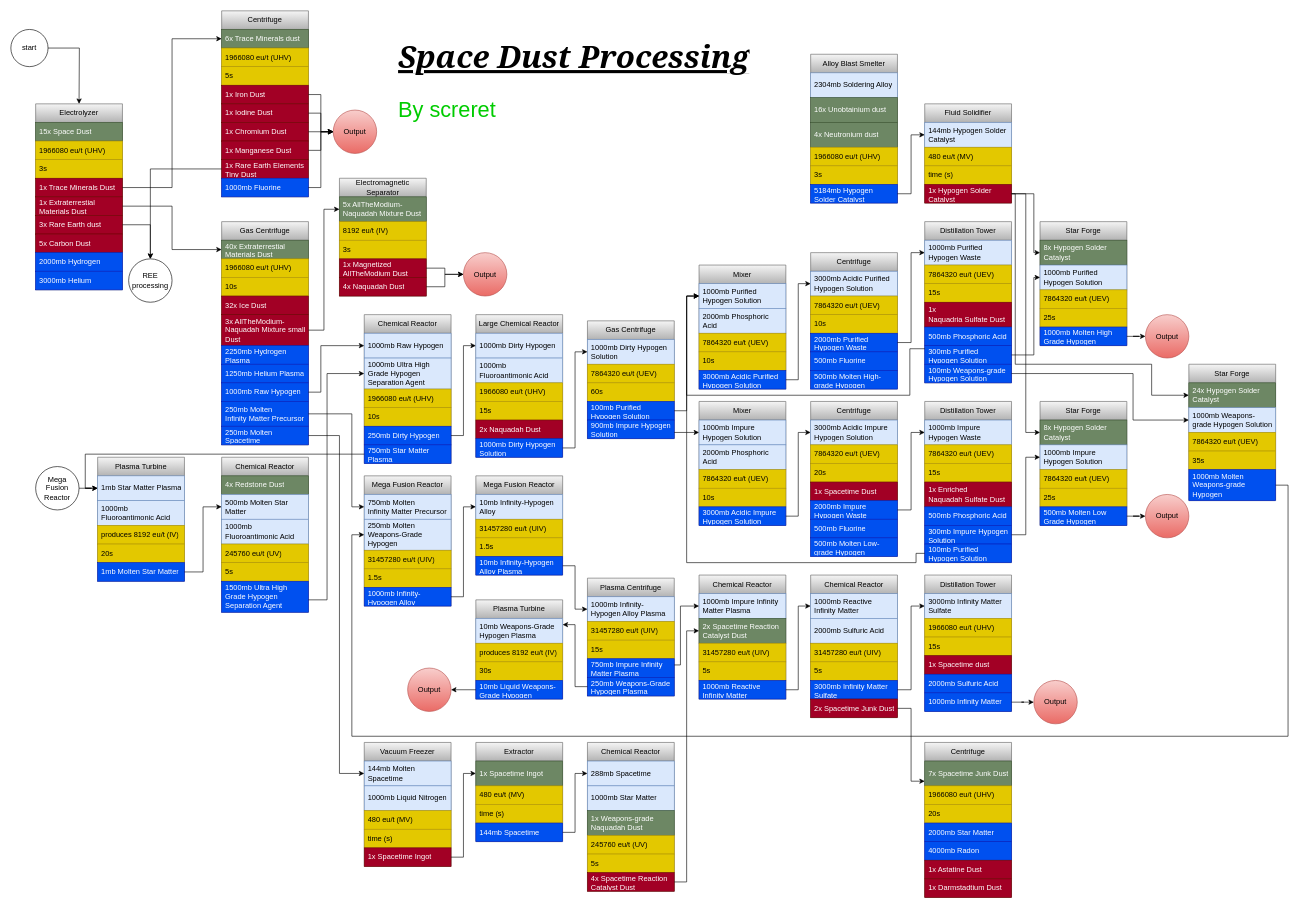
Earlier version of the draw.io diagram space_dust.drawio (AllTheMods/Gravitas2). Source tidied: cells renumbered, new cells numbered last; positions are measured from the earlier drawing's top-left corner, leaving out a move shared by most shapes. Both pictures are drawn from the tidied source at 62%, with x=0, y=0 at pixel (11, 11).
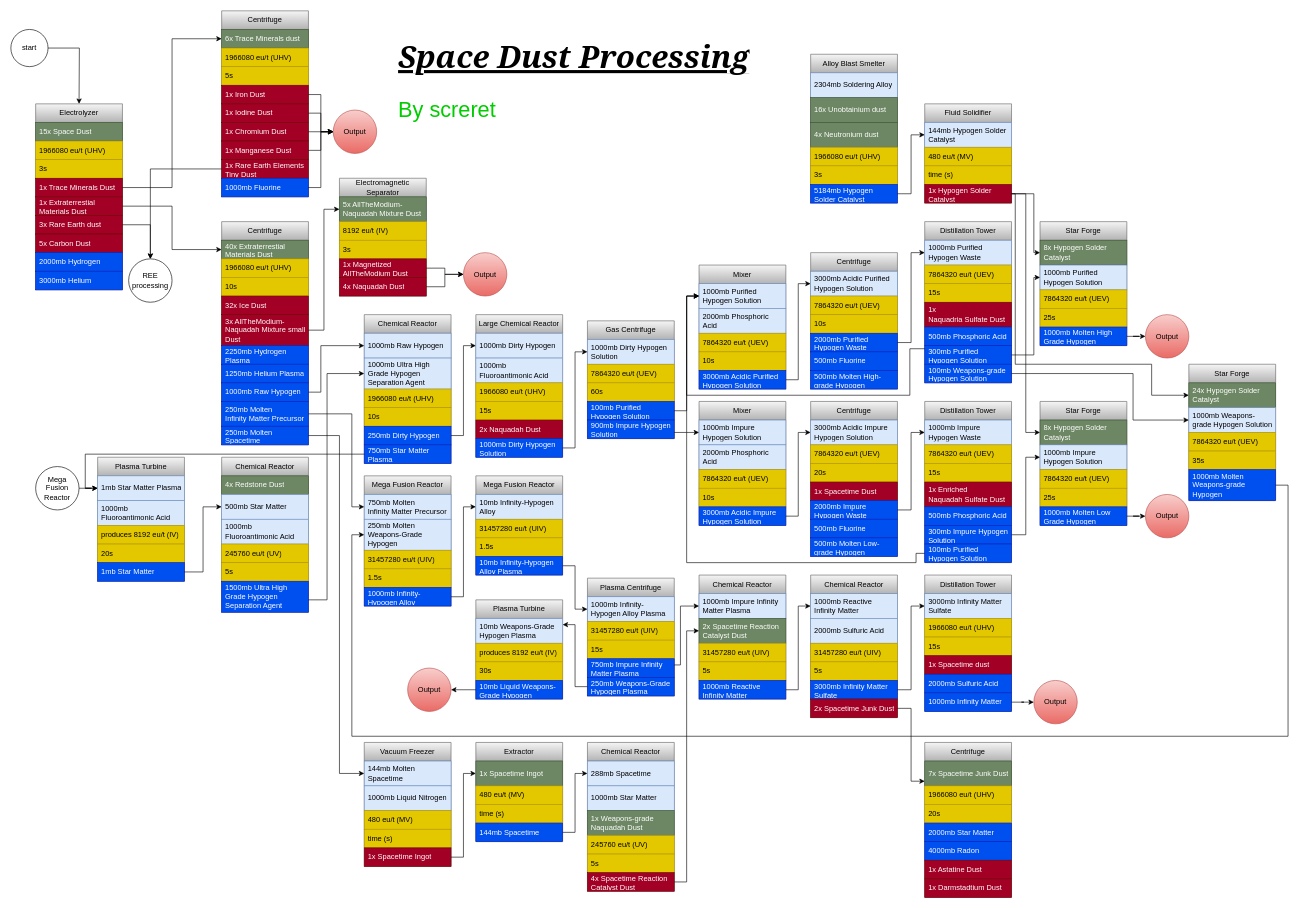
After the change.

Commit message:
wrong centrifuge.

The change refers to these unchanged cells:
```xml
<mxCell id="100" value="Chemical Reactor" style="swimlane;fontStyle=0;horizontal=1;startSize=30;whiteSpace=wrap;html=1;fillColor=#f5f5f5;gradientColor=#b3b3b3;strokeColor=#666666;" parent="1" vertex="1">
  <mxGeometry x="340" y="720" width="140" height="250" as="geometry" />
</mxCell>
<mxCell id="130" value="Plasma Turbine" style="swimlane;fontStyle=0;horizontal=1;startSize=30;whiteSpace=wrap;html=1;fillColor=#f5f5f5;gradientColor=#b3b3b3;strokeColor=#666666;" parent="1" vertex="1">
  <mxGeometry x="140" y="720" width="140" height="200" as="geometry" />
</mxCell>
<mxCell id="144" value="Star Forge" style="swimlane;fontStyle=0;horizontal=1;startSize=30;whiteSpace=wrap;html=1;fillColor=#f5f5f5;gradientColor=#b3b3b3;strokeColor=#666666;" parent="1" vertex="1">
  <mxGeometry x="1660" y="630" width="140" height="200" as="geometry" />
</mxCell>
```

The edit, as a diff of the source:
```diff
@@
-    <mxCell id="27" value="Gas Centrifuge" style="swimlane;fontStyle=0;horizontal=1;startSize=30;whiteSpace=wrap;html=1;fillColor=#f5f5f5;gradientColor=#b3b3b3;strokeColor=#666666;" parent="1" vertex="1">
+    <mxCell id="27" value="Centrifuge" style="swimlane;fontStyle=0;horizontal=1;startSize=30;whiteSpace=wrap;html=1;fillColor=#f5f5f5;gradientColor=#b3b3b3;strokeColor=#666666;" parent="1" vertex="1">
       <mxGeometry x="340" y="340" width="140" height="360" as="geometry" />
     </mxCell>
@@
-    <mxCell id="102" value="500mb Molten Star Matter" style="text;strokeColor=#6c8ebf;fillColor=#dae8fc;align=left;verticalAlign=middle;spacingLeft=4;spacingRight=4;overflow=hidden;points=[[0,0.5],[1,0.5]];portConstraint=eastwest;whiteSpace=wrap;html=1;" parent="100" vertex="1">
+    <mxCell id="102" value="500mb Star Matter" style="text;strokeColor=#6c8ebf;fillColor=#dae8fc;align=left;verticalAlign=middle;spacingLeft=4;spacingRight=4;overflow=hidden;points=[[0,0.5],[1,0.5]];portConstraint=eastwest;whiteSpace=wrap;html=1;" parent="100" vertex="1">
       <mxGeometry y="60" width="140" height="40" as="geometry" />
     </mxCell>
@@
-    <mxCell id="135" value="1mb Molten Star Matter" style="text;strokeColor=#001DBC;fillColor=#0050ef;align=left;verticalAlign=middle;spacingLeft=4;spacingRight=4;overflow=hidden;points=[[0,0.5],[1,0.5]];portConstraint=eastwest;whiteSpace=wrap;html=1;fontColor=#ffffff;" parent="130" vertex="1">
+    <mxCell id="135" value="1mb Star Matter" style="text;strokeColor=#001DBC;fillColor=#0050ef;align=left;verticalAlign=middle;spacingLeft=4;spacingRight=4;overflow=hidden;points=[[0,0.5],[1,0.5]];portConstraint=eastwest;whiteSpace=wrap;html=1;fontColor=#ffffff;" parent="130" vertex="1">
       <mxGeometry y="170" width="140" height="30" as="geometry" />
     </mxCell>
@@
-    <mxCell id="149" value="500mb Molten Low Grade Hypogen" style="text;strokeColor=#001DBC;fillColor=#0050ef;align=left;verticalAlign=middle;spacingLeft=4;spacingRight=4;overflow=hidden;points=[[0,0.5],[1,0.5]];portConstraint=eastwest;whiteSpace=wrap;html=1;fontColor=#ffffff;" parent="144" vertex="1">
+    <mxCell id="149" value="1000mb Molten Low Grade Hypogen" style="text;strokeColor=#001DBC;fillColor=#0050ef;align=left;verticalAlign=middle;spacingLeft=4;spacingRight=4;overflow=hidden;points=[[0,0.5],[1,0.5]];portConstraint=eastwest;whiteSpace=wrap;html=1;fontColor=#ffffff;" parent="144" vertex="1">
       <mxGeometry y="170" width="140" height="30" as="geometry" />
     </mxCell>
```
